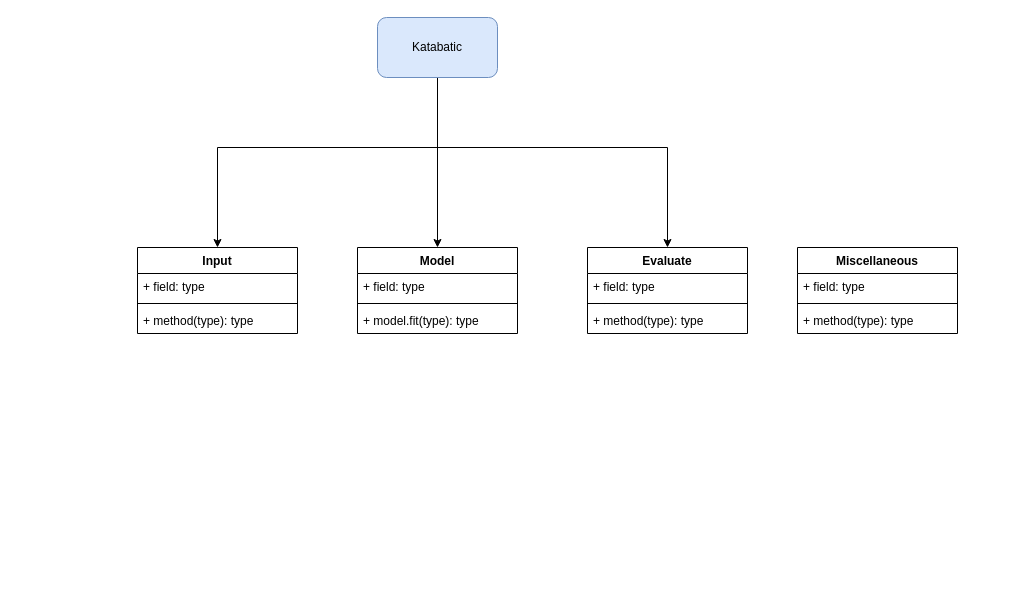
dfatpnuk/katabatic keeps this draw.io diagram as Katabatic.drawio. Above is the earlier version. Source tidied: cells renumbered, new cells numbered last; positions are measured from the earlier drawing's top-left corner, leaving out a move shared by most shapes. Both pictures are drawn from the tidied source at 100%, with x=0, y=0 at pixel (137, 17).
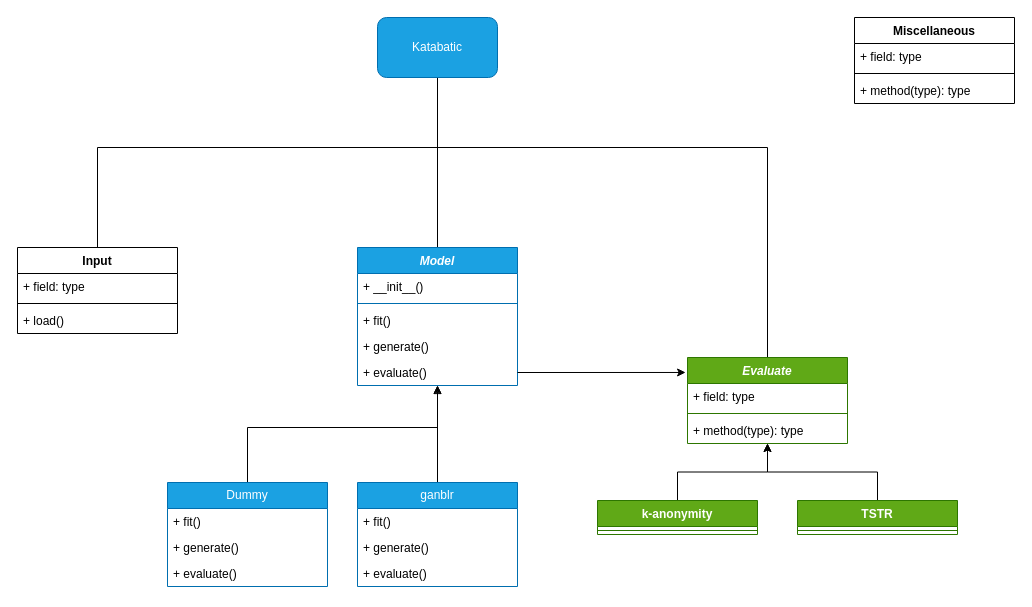
After the change.

Commit message (it also covers changes not shown here):
Update UML Diagram

Diff of the diagram source:
```diff
@@
-    <mxCell id="2" style="edgeStyle=orthogonalEdgeStyle;rounded=0;jettySize=auto;html=1;entryX=0.5;entryY=0;entryDx=0;entryDy=0;" parent="1" edge="1" source="5" target="6">
+    <mxCell id="2" style="edgeStyle=orthogonalEdgeStyle;rounded=0;jettySize=auto;html=1;entryX=0.5;entryY=0;entryDx=0;entryDy=0;endArrow=none;endFill=0;" parent="1" edge="1" source="5" target="6">
       <mxGeometry relative="1" as="geometry" />
     </mxCell>
-    <mxCell id="3" style="edgeStyle=orthogonalEdgeStyle;rounded=0;jettySize=auto;html=1;" parent="1" edge="1" source="5" target="14">
+    <mxCell id="3" style="edgeStyle=orthogonalEdgeStyle;rounded=0;jettySize=auto;html=1;endArrow=none;endFill=0;" parent="1" edge="1" source="5" target="14">
       <mxGeometry relative="1" as="geometry">
         <Array as="points">
           <mxPoint x="300" y="130" />
-          <mxPoint x="80" y="130" />
+          <mxPoint x="-40" y="130" />
         </Array>
       </mxGeometry>
     </mxCell>
-    <mxCell id="4" style="edgeStyle=orthogonalEdgeStyle;rounded=0;jettySize=auto;html=1;entryX=0.5;entryY=0;entryDx=0;entryDy=0;" parent="1" edge="1" source="5" target="10">
+    <mxCell id="4" style="edgeStyle=orthogonalEdgeStyle;rounded=0;jettySize=auto;html=1;entryX=0.5;entryY=0;entryDx=0;entryDy=0;endArrow=none;endFill=0;" parent="1" edge="1" source="5" target="10">
       <mxGeometry relative="1" as="geometry">
         <Array as="points">
           <mxPoint x="300" y="130" />
-          <mxPoint x="530" y="130" />
+          <mxPoint x="630" y="130" />
         </Array>
       </mxGeometry>
     </mxCell>
-    <mxCell id="5" value="Katabatic" style="rounded=1;whiteSpace=wrap;html=1;fillColor=#dae8fc;strokeColor=#6c8ebf;" parent="1" vertex="1">
+    <mxCell id="5" value="Katabatic" style="rounded=1;whiteSpace=wrap;html=1;fillColor=#1ba1e2;strokeColor=#006EAF;fontColor=#ffffff;" parent="1" vertex="1">
       <mxGeometry x="240" width="120" height="60" as="geometry" />
     </mxCell>
-    <mxCell id="6" value="Model" style="swimlane;fontStyle=1;align=center;verticalAlign=top;horizontal=1;startSize=26;whiteSpace=wrap;html=1;" parent="1" vertex="1">
-      <mxGeometry x="220" y="230" width="160" height="86" as="geometry" />
+    <mxCell id="6" value="&lt;i&gt;Model&lt;/i&gt;" style="swimlane;fontStyle=1;align=center;verticalAlign=top;horizontal=1;startSize=26;whiteSpace=wrap;html=1;fillColor=#1ba1e2;fontColor=#ffffff;strokeColor=#006EAF;" parent="1" vertex="1">
+      <mxGeometry x="220" y="230" width="160" height="138" as="geometry" />
     </mxCell>
-    <mxCell id="7" value="+ field: type" style="text;strokeColor=none;fillColor=none;align=left;verticalAlign=top;spacingLeft=4;spacingRight=4;overflow=hidden;whiteSpace=wrap;html=1;" parent="6" vertex="1">
+    <mxCell id="7" value="+ __init__()" style="text;strokeColor=none;fillColor=none;align=left;verticalAlign=top;spacingLeft=4;spacingRight=4;overflow=hidden;whiteSpace=wrap;html=1;" parent="6" vertex="1">
       <mxGeometry y="26" width="160" height="26" as="geometry" />
     </mxCell>
@@
-    <mxCell id="9" value="+ model.fit(type): type" style="text;strokeColor=none;fillColor=none;align=left;verticalAlign=top;spacingLeft=4;spacingRight=4;overflow=hidden;whiteSpace=wrap;html=1;" parent="6" vertex="1">
+    <mxCell id="9" value="+ fit()" style="text;strokeColor=none;fillColor=none;align=left;verticalAlign=top;spacingLeft=4;spacingRight=4;overflow=hidden;whiteSpace=wrap;html=1;" parent="6" vertex="1">
       <mxGeometry y="60" width="160" height="26" as="geometry" />
     </mxCell>
+    <mxCell id="22" value="+ generate()" style="text;strokeColor=none;fillColor=none;align=left;verticalAlign=top;spacingLeft=4;spacingRight=4;overflow=hidden;whiteSpace=wrap;html=1;" parent="6" vertex="1">
+      <mxGeometry y="86" width="160" height="26" as="geometry" />
+    </mxCell>
+    <mxCell id="23" value="+ evaluate()" style="text;strokeColor=none;fillColor=none;align=left;verticalAlign=top;spacingLeft=4;spacingRight=4;overflow=hidden;points=[[0,0.5],[1,0.5]];portConstraint=eastwest;whiteSpace=wrap;html=1;" parent="6" vertex="1">
+      <mxGeometry y="112" width="160" height="26" as="geometry" />
+    </mxCell>
-    <mxCell id="10" value="Evaluate" style="swimlane;fontStyle=1;align=center;verticalAlign=top;horizontal=1;startSize=26;whiteSpace=wrap;html=1;" parent="1" vertex="1">
-      <mxGeometry x="450" y="230" width="160" height="86" as="geometry" />
+    <mxCell id="10" value="&lt;i&gt;Evaluate&lt;/i&gt;" style="swimlane;fontStyle=1;align=center;verticalAlign=top;horizontal=1;startSize=26;whiteSpace=wrap;html=1;fillColor=#60a917;fontColor=#ffffff;strokeColor=#2D7600;" parent="1" vertex="1">
+      <mxGeometry x="550" y="340" width="160" height="86" as="geometry" />
     </mxCell>
@@
     <mxCell id="14" value="Input" style="swimlane;fontStyle=1;align=center;verticalAlign=top;horizontal=1;startSize=26;whiteSpace=wrap;html=1;" parent="1" vertex="1">
-      <mxGeometry y="230" width="160" height="86" as="geometry" />
+      <mxGeometry x="-120" y="230" width="160" height="86" as="geometry" />
     </mxCell>
@@
-    <mxCell id="17" value="+ method(type): type" style="text;strokeColor=none;fillColor=none;align=left;verticalAlign=top;spacingLeft=4;spacingRight=4;overflow=hidden;whiteSpace=wrap;html=1;" parent="14" vertex="1">
+    <mxCell id="17" value="+ load()" style="text;strokeColor=none;fillColor=none;align=left;verticalAlign=top;spacingLeft=4;spacingRight=4;overflow=hidden;whiteSpace=wrap;html=1;" parent="14" vertex="1">
       <mxGeometry y="60" width="160" height="26" as="geometry" />
     </mxCell>
     <mxCell id="18" value="Miscellaneous" style="swimlane;fontStyle=1;align=center;verticalAlign=top;horizontal=1;startSize=26;whiteSpace=wrap;html=1;" parent="1" vertex="1">
-      <mxGeometry x="660" y="230" width="160" height="86" as="geometry" />
+      <mxGeometry x="717" width="160" height="86" as="geometry" />
     </mxCell>
@@
+    <mxCell id="24" style="edgeStyle=orthogonalEdgeStyle;rounded=0;jettySize=auto;html=1;exitX=0.5;exitY=0;exitDx=0;exitDy=0;endArrow=block;endFill=0;" parent="1" edge="1" source="25" target="6">
+      <mxGeometry relative="1" as="geometry" />
+    </mxCell>
+    <mxCell id="25" value="ganblr" style="swimlane;fontStyle=0;horizontal=1;startSize=26;fillColor=#1ba1e2;whiteSpace=wrap;html=1;fontColor=#ffffff;strokeColor=#006EAF;" parent="1" vertex="1">
+      <mxGeometry x="220" y="465" width="160" height="104" as="geometry" />
+    </mxCell>
+    <mxCell id="26" value="+ fit()" style="text;strokeColor=none;fillColor=none;align=left;verticalAlign=top;spacingLeft=4;spacingRight=4;overflow=hidden;whiteSpace=wrap;html=1;" parent="25" vertex="1">
+      <mxGeometry y="26" width="160" height="26" as="geometry" />
+    </mxCell>
+    <mxCell id="27" value="+ generate()" style="text;strokeColor=none;fillColor=none;align=left;verticalAlign=top;spacingLeft=4;spacingRight=4;overflow=hidden;whiteSpace=wrap;html=1;" parent="25" vertex="1">
+      <mxGeometry y="52" width="160" height="26" as="geometry" />
+    </mxCell>
+    <mxCell id="28" value="+ evaluate()" style="text;strokeColor=none;fillColor=none;align=left;verticalAlign=top;spacingLeft=4;spacingRight=4;overflow=hidden;whiteSpace=wrap;html=1;" parent="25" vertex="1">
+      <mxGeometry y="78" width="160" height="26" as="geometry" />
+    </mxCell>
+    <mxCell id="29" style="edgeStyle=orthogonalEdgeStyle;rounded=0;jettySize=auto;html=1;exitX=1;exitY=0.5;exitDx=0;exitDy=0;entryX=-0.012;entryY=0.174;entryDx=0;entryDy=0;entryPerimeter=0;" parent="1" edge="1" source="23" target="10">
+      <mxGeometry relative="1" as="geometry" />
+    </mxCell>
+    <mxCell id="30" style="edgeStyle=orthogonalEdgeStyle;rounded=0;jettySize=auto;html=1;exitX=0.5;exitY=0;exitDx=0;exitDy=0;" parent="1" edge="1" source="31" target="10">
+      <mxGeometry relative="1" as="geometry" />
+    </mxCell>
+    <mxCell id="31" value="k-anonymity" style="swimlane;fontStyle=1;align=center;verticalAlign=top;horizontal=1;startSize=26;whiteSpace=wrap;html=1;fillColor=#60a917;fontColor=#ffffff;strokeColor=#2D7600;" parent="1" vertex="1">
+      <mxGeometry x="460" y="483" width="160" height="34" as="geometry" />
+    </mxCell>
+    <mxCell id="32" style="line;strokeWidth=1;fillColor=none;align=left;verticalAlign=middle;spacingTop=-1;spacingLeft=3;spacingRight=3;labelPosition=right;strokeColor=inherit;" parent="31" vertex="1">
+      <mxGeometry y="26" width="160" height="8" as="geometry" />
+    </mxCell>
+    <mxCell id="33" style="edgeStyle=orthogonalEdgeStyle;rounded=0;jettySize=auto;html=1;exitX=0.5;exitY=0;exitDx=0;exitDy=0;" parent="1" edge="1" source="34" target="10">
+      <mxGeometry relative="1" as="geometry" />
+    </mxCell>
+    <mxCell id="34" value="TSTR" style="swimlane;fontStyle=1;align=center;verticalAlign=top;horizontal=1;startSize=26;whiteSpace=wrap;html=1;fillColor=#60a917;fontColor=#ffffff;strokeColor=#2D7600;" parent="1" vertex="1">
+      <mxGeometry x="660" y="483" width="160" height="34" as="geometry" />
+    </mxCell>
+    <mxCell id="35" style="line;strokeWidth=1;fillColor=none;align=left;verticalAlign=middle;spacingTop=-1;spacingLeft=3;spacingRight=3;labelPosition=right;strokeColor=inherit;" parent="34" vertex="1">
+      <mxGeometry y="26" width="160" height="8" as="geometry" />
+    </mxCell>
+    <mxCell id="36" style="edgeStyle=orthogonalEdgeStyle;rounded=0;jettySize=auto;html=1;" parent="1" edge="1" source="37" target="6">
+      <mxGeometry relative="1" as="geometry">
+        <Array as="points">
+          <mxPoint x="110" y="410" />
+          <mxPoint x="300" y="410" />
+        </Array>
+      </mxGeometry>
+    </mxCell>
+    <mxCell id="37" value="Dummy" style="swimlane;fontStyle=0;horizontal=1;startSize=26;fillColor=#1ba1e2;whiteSpace=wrap;html=1;fontColor=#ffffff;strokeColor=#006EAF;" parent="1" vertex="1">
+      <mxGeometry x="30" y="465" width="160" height="104" as="geometry" />
+    </mxCell>
+    <mxCell id="38" value="+ fit()" style="text;strokeColor=none;fillColor=none;align=left;verticalAlign=top;spacingLeft=4;spacingRight=4;overflow=hidden;whiteSpace=wrap;html=1;" parent="37" vertex="1">
+      <mxGeometry y="26" width="160" height="26" as="geometry" />
+    </mxCell>
+    <mxCell id="39" value="+ generate()" style="text;strokeColor=none;fillColor=none;align=left;verticalAlign=top;spacingLeft=4;spacingRight=4;overflow=hidden;whiteSpace=wrap;html=1;" parent="37" vertex="1">
+      <mxGeometry y="52" width="160" height="26" as="geometry" />
+    </mxCell>
+    <mxCell id="40" value="+ evaluate()" style="text;strokeColor=none;fillColor=none;align=left;verticalAlign=top;spacingLeft=4;spacingRight=4;overflow=hidden;whiteSpace=wrap;html=1;" parent="37" vertex="1">
+      <mxGeometry y="78" width="160" height="26" as="geometry" />
+    </mxCell>
```
